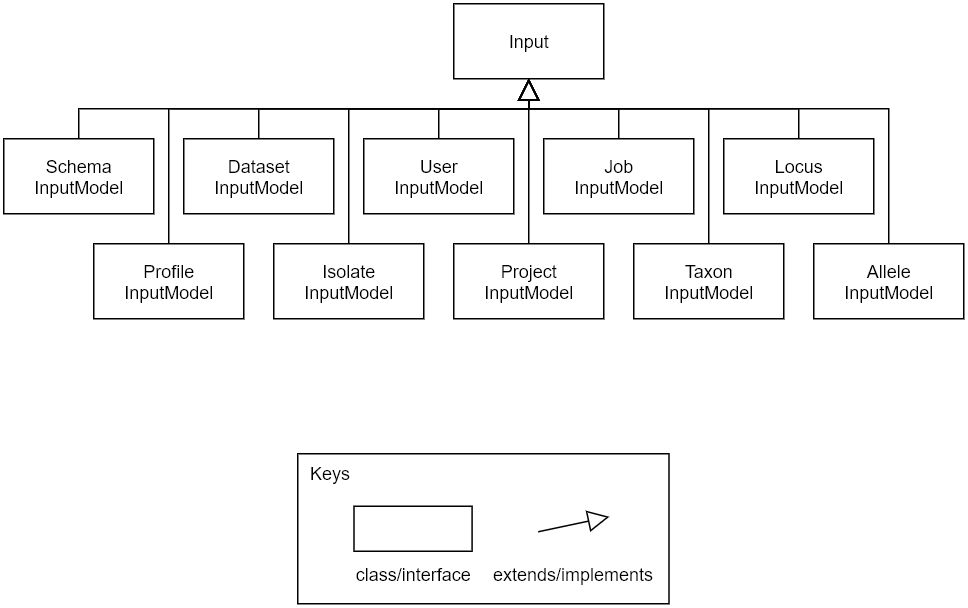
phyloviz/phyloDB keeps this draw.io diagram as wiki/images/phylodb-generalization-inputModels.png. Above is the earlier version. Source tidied: cells renumbered, new cells last; positions are measured from the earlier drawing's top-left corner, leaving out a move shared by most shapes. Its diagram source:
```xml
<mxGraphModel>
  <root>
    <mxCell id="0" />
    <mxCell id="1" parent="0" />
    <mxCell id="2" value="Input" style="html=1;" parent="1" vertex="1">
      <mxGeometry x="300" width="100" height="50" as="geometry" />
    </mxCell>
    <mxCell id="3" style="edgeStyle=orthogonalEdgeStyle;rounded=0;jettySize=auto;html=1;exitX=0.5;exitY=0;exitDx=0;exitDy=0;entryX=0.5;entryY=1;entryDx=0;entryDy=0;endArrow=block;endFill=0;endSize=12;" parent="1" edge="1" source="4" target="2">
      <mxGeometry relative="1" as="geometry" />
    </mxCell>
    <mxCell id="4" value="User&lt;br&gt;InputModel" style="html=1;" parent="1" vertex="1">
      <mxGeometry x="240" y="90" width="100" height="50" as="geometry" />
    </mxCell>
    <mxCell id="5" style="edgeStyle=orthogonalEdgeStyle;rounded=0;jettySize=auto;html=1;exitX=0.5;exitY=0;exitDx=0;exitDy=0;entryX=0.5;entryY=1;entryDx=0;entryDy=0;endArrow=block;endFill=0;endSize=12;" parent="1" edge="1" source="6" target="2">
      <mxGeometry relative="1" as="geometry" />
    </mxCell>
    <mxCell id="6" value="Project&lt;br&gt;InputModel" style="html=1;" parent="1" vertex="1">
      <mxGeometry x="300" y="160" width="100" height="50" as="geometry" />
    </mxCell>
    <mxCell id="7" style="edgeStyle=orthogonalEdgeStyle;rounded=0;jettySize=auto;html=1;exitX=0.5;exitY=0;exitDx=0;exitDy=0;entryX=0.5;entryY=1;entryDx=0;entryDy=0;endArrow=block;endFill=0;endSize=12;" parent="1" edge="1" source="8" target="2">
      <mxGeometry relative="1" as="geometry">
        <Array as="points">
          <mxPoint x="470" y="70" />
          <mxPoint x="350" y="70" />
        </Array>
      </mxGeometry>
    </mxCell>
    <mxCell id="8" value="Taxon&lt;br&gt;InputModel" style="html=1;" parent="1" vertex="1">
      <mxGeometry x="420" y="160" width="100" height="50" as="geometry" />
    </mxCell>
    <mxCell id="9" style="edgeStyle=orthogonalEdgeStyle;rounded=0;jettySize=auto;html=1;exitX=0.5;exitY=0;exitDx=0;exitDy=0;entryX=0.5;entryY=1;entryDx=0;entryDy=0;endArrow=block;endFill=0;endSize=12;" parent="1" edge="1" source="10" target="2">
      <mxGeometry relative="1" as="geometry">
        <Array as="points">
          <mxPoint x="530" y="70" />
          <mxPoint x="350" y="70" />
        </Array>
      </mxGeometry>
    </mxCell>
    <mxCell id="10" value="Locus&lt;br&gt;InputModel" style="html=1;" parent="1" vertex="1">
      <mxGeometry x="480" y="90" width="100" height="50" as="geometry" />
    </mxCell>
    <mxCell id="11" style="edgeStyle=orthogonalEdgeStyle;rounded=0;jettySize=auto;html=1;exitX=0.5;exitY=0;exitDx=0;exitDy=0;entryX=0.5;entryY=1;entryDx=0;entryDy=0;endArrow=block;endFill=0;endSize=12;" parent="1" edge="1" source="12" target="2">
      <mxGeometry relative="1" as="geometry">
        <Array as="points">
          <mxPoint x="110" y="70" />
          <mxPoint x="350" y="70" />
        </Array>
      </mxGeometry>
    </mxCell>
    <mxCell id="12" value="Profile&lt;br&gt;InputModel" style="html=1;" parent="1" vertex="1">
      <mxGeometry x="60" y="160" width="100" height="50" as="geometry" />
    </mxCell>
    <mxCell id="13" style="edgeStyle=orthogonalEdgeStyle;rounded=0;jettySize=auto;html=1;exitX=0.5;exitY=0;exitDx=0;exitDy=0;entryX=0.5;entryY=1;entryDx=0;entryDy=0;endArrow=block;endFill=0;endSize=12;" parent="1" edge="1" source="14" target="2">
      <mxGeometry relative="1" as="geometry">
        <Array as="points">
          <mxPoint x="170" y="70" />
          <mxPoint x="350" y="70" />
        </Array>
      </mxGeometry>
    </mxCell>
    <mxCell id="14" value="Dataset&lt;br&gt;InputModel" style="html=1;" parent="1" vertex="1">
      <mxGeometry x="120" y="90" width="100" height="50" as="geometry" />
    </mxCell>
    <mxCell id="15" style="edgeStyle=orthogonalEdgeStyle;rounded=0;jettySize=auto;html=1;exitX=0.5;exitY=0;exitDx=0;exitDy=0;entryX=0.5;entryY=1;entryDx=0;entryDy=0;endArrow=block;endFill=0;endSize=12;" parent="1" edge="1" source="16" target="2">
      <mxGeometry relative="1" as="geometry">
        <Array as="points">
          <mxPoint x="50" y="70" />
          <mxPoint x="350" y="70" />
        </Array>
      </mxGeometry>
    </mxCell>
    <mxCell id="16" value="Schema&lt;br&gt;InputModel" style="html=1;" parent="1" vertex="1">
      <mxGeometry y="90" width="100" height="50" as="geometry" />
    </mxCell>
    <mxCell id="17" style="edgeStyle=orthogonalEdgeStyle;rounded=0;jettySize=auto;html=1;exitX=0.5;exitY=0;exitDx=0;exitDy=0;entryX=0.5;entryY=1;entryDx=0;entryDy=0;endArrow=block;endFill=0;endSize=12;" parent="1" edge="1" source="18" target="2">
      <mxGeometry relative="1" as="geometry">
        <Array as="points">
          <mxPoint x="590" y="70" />
          <mxPoint x="350" y="70" />
        </Array>
      </mxGeometry>
    </mxCell>
    <mxCell id="18" value="Allele&lt;br&gt;InputModel" style="html=1;" parent="1" vertex="1">
      <mxGeometry x="540" y="160" width="100" height="50" as="geometry" />
    </mxCell>
    <mxCell id="19" style="edgeStyle=orthogonalEdgeStyle;rounded=0;jettySize=auto;html=1;exitX=0.5;exitY=0;exitDx=0;exitDy=0;entryX=0.5;entryY=1;entryDx=0;entryDy=0;endArrow=block;endFill=0;endSize=12;" parent="1" edge="1" source="20" target="2">
      <mxGeometry relative="1" as="geometry">
        <Array as="points">
          <mxPoint x="230" y="70" />
          <mxPoint x="350" y="70" />
        </Array>
      </mxGeometry>
    </mxCell>
    <mxCell id="20" value="Isolate&lt;br&gt;InputModel" style="html=1;" parent="1" vertex="1">
      <mxGeometry x="180" y="160" width="100" height="50" as="geometry" />
    </mxCell>
    <mxCell id="21" style="edgeStyle=orthogonalEdgeStyle;rounded=0;jettySize=auto;html=1;exitX=0.5;exitY=0;exitDx=0;exitDy=0;endArrow=block;endFill=0;endSize=12;entryX=0.5;entryY=1;entryDx=0;entryDy=0;" parent="1" edge="1" source="22" target="2">
      <mxGeometry relative="1" as="geometry" />
    </mxCell>
    <mxCell id="22" value="Job&lt;br&gt;InputModel" style="html=1;" parent="1" vertex="1">
      <mxGeometry x="360" y="90" width="100" height="50" as="geometry" />
    </mxCell>
    <mxCell id="23" style="group;" parent="1" vertex="1">
      <mxGeometry x="196" y="300" width="247.5" height="100" as="geometry" />
    </mxCell>
    <mxCell id="24" value="&amp;nbsp; Keys" style="rounded=0;whiteSpace=wrap;html=1;align=left;verticalAlign=top;" parent="23" vertex="1">
      <mxGeometry width="247.5" height="100" as="geometry" />
    </mxCell>
    <mxCell id="25" style="endArrow=block;html=1;exitX=1;exitY=0.5;exitDx=0;exitDy=0;startArrow=none;startFill=0;endFill=0;endSize=12;" parent="23" edge="1">
      <mxGeometry relative="1" as="geometry">
        <mxPoint x="160.3" y="52" as="sourcePoint" />
        <mxPoint x="207.7" y="42" as="targetPoint" />
      </mxGeometry>
    </mxCell>
    <mxCell id="26" value="extends/implements" style="text;html=1;strokeColor=none;fillColor=none;align=center;verticalAlign=middle;whiteSpace=wrap;rounded=0;" parent="23" vertex="1">
      <mxGeometry x="139" y="70" width="89.5" height="20" as="geometry" />
    </mxCell>
    <mxCell id="27" value="class/interface" style="text;html=1;strokeColor=none;fillColor=none;align=center;verticalAlign=middle;whiteSpace=wrap;rounded=0;" parent="23" vertex="1">
      <mxGeometry x="45.5" y="70" width="62.7" height="20" as="geometry" />
    </mxCell>
    <mxCell id="28" style="rounded=0;whiteSpace=wrap;html=1;" parent="23" vertex="1">
      <mxGeometry x="37.5" y="35" width="78.7" height="30" as="geometry" />
    </mxCell>
  </root>
</mxGraphModel>
```
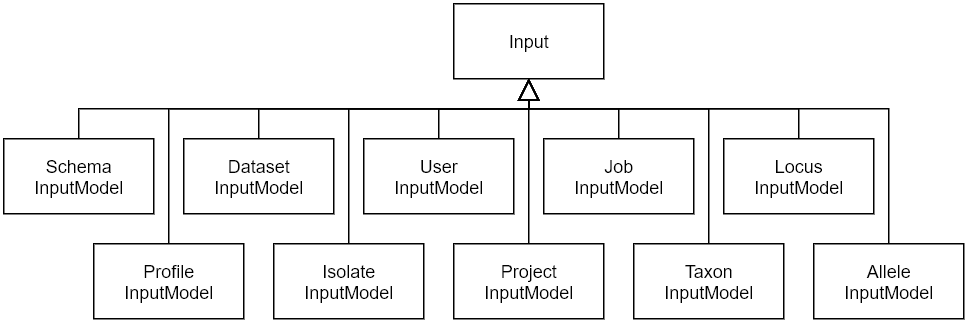
Above is the later version.

The edit, as a diff of the source:
```diff
@@ -100,26 +100,5 @@
     <mxCell id="22" value="Job&lt;br&gt;InputModel" style="html=1;" parent="1" vertex="1">
       <mxGeometry x="360" y="90" width="100" height="50" as="geometry" />
     </mxCell>
-    <mxCell id="23" style="group;" parent="1" vertex="1">
-      <mxGeometry x="196" y="300" width="247.5" height="100" as="geometry" />
-    </mxCell>
-    <mxCell id="24" value="&amp;nbsp; Keys" style="rounded=0;whiteSpace=wrap;html=1;align=left;verticalAlign=top;" parent="23" vertex="1">
-      <mxGeometry width="247.5" height="100" as="geometry" />
-    </mxCell>
-    <mxCell id="25" style="endArrow=block;html=1;exitX=1;exitY=0.5;exitDx=0;exitDy=0;startArrow=none;startFill=0;endFill=0;endSize=12;" parent="23" edge="1">
-      <mxGeometry relative="1" as="geometry">
-        <mxPoint x="160.3" y="52" as="sourcePoint" />
-        <mxPoint x="207.7" y="42" as="targetPoint" />
-      </mxGeometry>
-    </mxCell>
-    <mxCell id="26" value="extends/implements" style="text;html=1;strokeColor=none;fillColor=none;align=center;verticalAlign=middle;whiteSpace=wrap;rounded=0;" parent="23" vertex="1">
-      <mxGeometry x="139" y="70" width="89.5" height="20" as="geometry" />
-    </mxCell>
-    <mxCell id="27" value="class/interface" style="text;html=1;strokeColor=none;fillColor=none;align=center;verticalAlign=middle;whiteSpace=wrap;rounded=0;" parent="23" vertex="1">
-      <mxGeometry x="45.5" y="70" width="62.7" height="20" as="geometry" />
-    </mxCell>
-    <mxCell id="28" style="rounded=0;whiteSpace=wrap;html=1;" parent="23" vertex="1">
-      <mxGeometry x="37.5" y="35" width="78.7" height="30" as="geometry" />
-    </mxCell>
   </root>
 </mxGraphModel>
```
